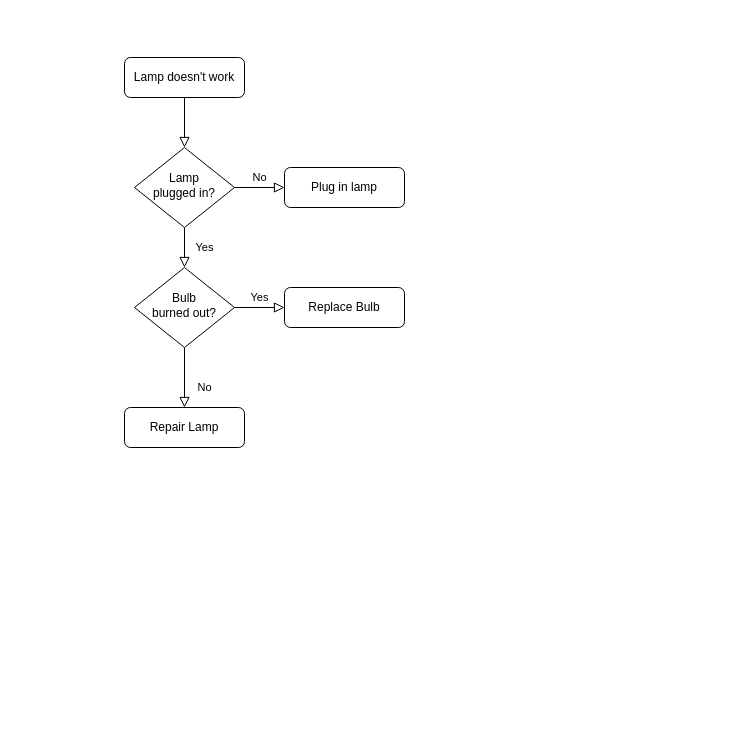
Earlier version of the draw.io diagram 上吊人.drawio (Silly449/Python_Learning). Source tidied: cells renumbered, new cells numbered last; positions are measured from the earlier drawing's top-left corner, leaving out a move shared by most shapes. Both pictures are drawn from the tidied source at 100%, with x=0, y=0 at pixel (124, 57).
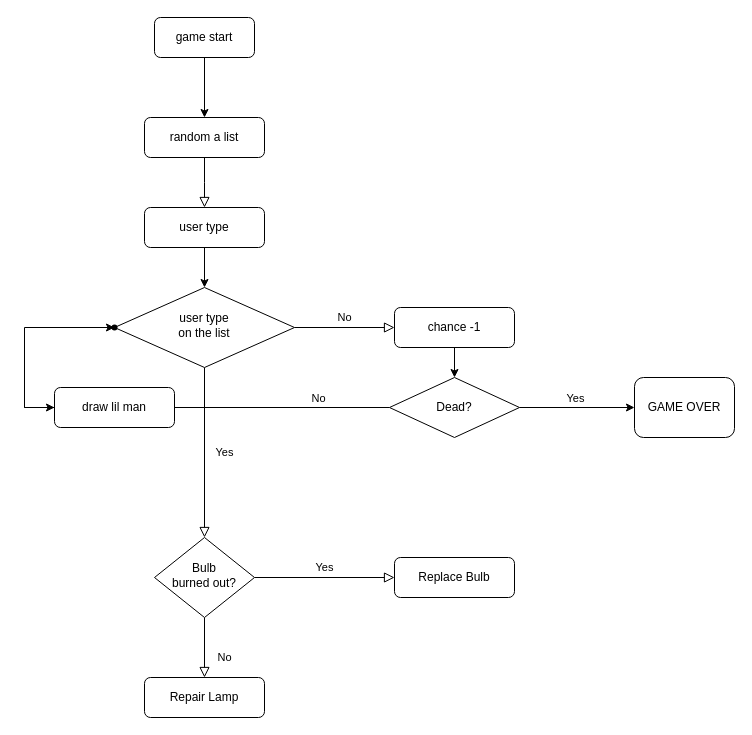
The same diagram, later.

Commit message (it also covers changes not shown here):
更新上吊人.drawio

The edit, as a diff of the source:
```diff
@@
-    <mxCell id="2" style="rounded=0;html=1;jettySize=auto;fontSize=11;endArrow=block;endFill=0;endSize=8;strokeWidth=1;shadow=0;labelBackgroundColor=none;edgeStyle=orthogonalEdgeStyle;" parent="1" edge="1" source="3" target="6">
-      <mxGeometry relative="1" as="geometry" />
+    <mxCell id="2" style="rounded=0;html=1;jettySize=auto;fontSize=11;endArrow=block;endFill=0;endSize=8;strokeWidth=1;shadow=0;labelBackgroundColor=none;edgeStyle=orthogonalEdgeStyle;" parent="1" edge="1" source="3">
+      <mxGeometry relative="1" as="geometry">
+        <mxPoint x="80" y="150" as="targetPoint" />
+      </mxGeometry>
     </mxCell>
-    <mxCell id="3" value="Lamp doesn't work" style="rounded=1;whiteSpace=wrap;html=1;fontSize=12;glass=0;strokeWidth=1;shadow=0;" parent="1" vertex="1">
-      <mxGeometry width="120" height="40" as="geometry" />
+    <mxCell id="3" value="random a list" style="rounded=1;whiteSpace=wrap;html=1;fontSize=12;glass=0;strokeWidth=1;shadow=0;" parent="1" vertex="1">
+      <mxGeometry x="20" y="60" width="120" height="40" as="geometry" />
     </mxCell>
@@
-    <mxCell id="6" value="Lamp&lt;br&gt;plugged in?" style="rhombus;whiteSpace=wrap;html=1;shadow=0;fontFamily=Helvetica;fontSize=12;align=center;strokeWidth=1;spacing=6;spacingTop=-4;" parent="1" vertex="1">
-      <mxGeometry x="10" y="90" width="100" height="80" as="geometry" />
+    <mxCell id="6" value="user type&lt;div&gt;on the list&lt;/div&gt;" style="rhombus;whiteSpace=wrap;html=1;shadow=0;fontFamily=Helvetica;fontSize=12;align=center;strokeWidth=1;spacing=6;spacingTop=-4;" parent="1" vertex="1">
+      <mxGeometry x="-10" y="230" width="180" height="80" as="geometry" />
     </mxCell>
+    <mxCell id="13" style="edgeStyle=orthogonalEdgeStyle;rounded=0;jettySize=auto;html=1;" parent="1" edge="1" source="7" target="21">
+      <mxGeometry relative="1" as="geometry" />
+    </mxCell>
-    <mxCell id="7" value="Plug in lamp" style="rounded=1;whiteSpace=wrap;html=1;fontSize=12;glass=0;strokeWidth=1;shadow=0;" parent="1" vertex="1">
-      <mxGeometry x="160" y="110" width="120" height="40" as="geometry" />
+    <mxCell id="7" value="chance -1" style="rounded=1;whiteSpace=wrap;html=1;fontSize=12;glass=0;strokeWidth=1;shadow=0;" parent="1" vertex="1">
+      <mxGeometry x="270" y="250" width="120" height="40" as="geometry" />
     </mxCell>
@@
     <mxCell id="10" value="Bulb&lt;br&gt;burned out?" style="rhombus;whiteSpace=wrap;html=1;shadow=0;fontFamily=Helvetica;fontSize=12;align=center;strokeWidth=1;spacing=6;spacingTop=-4;" parent="1" vertex="1">
-      <mxGeometry x="10" y="210" width="100" height="80" as="geometry" />
+      <mxGeometry x="30" y="480" width="100" height="80" as="geometry" />
     </mxCell>
     <mxCell id="11" value="Repair Lamp" style="rounded=1;whiteSpace=wrap;html=1;fontSize=12;glass=0;strokeWidth=1;shadow=0;" parent="1" vertex="1">
-      <mxGeometry y="350" width="120" height="40" as="geometry" />
+      <mxGeometry x="20" y="620" width="120" height="40" as="geometry" />
     </mxCell>
     <mxCell id="12" value="Replace Bulb" style="rounded=1;whiteSpace=wrap;html=1;fontSize=12;glass=0;strokeWidth=1;shadow=0;" parent="1" vertex="1">
-      <mxGeometry x="160" y="230" width="120" height="40" as="geometry" />
+      <mxGeometry x="270" y="500" width="120" height="40" as="geometry" />
     </mxCell>
+    <mxCell id="14" style="edgeStyle=orthogonalEdgeStyle;rounded=0;jettySize=auto;html=1;" parent="1" edge="1" source="15" target="3">
+      <mxGeometry relative="1" as="geometry" />
+    </mxCell>
+    <mxCell id="15" value="game start" style="rounded=1;whiteSpace=wrap;html=1;" parent="1" vertex="1">
+      <mxGeometry x="30" y="-40" width="100" height="40" as="geometry" />
+    </mxCell>
+    <mxCell id="16" style="edgeStyle=orthogonalEdgeStyle;rounded=0;jettySize=auto;html=1;" parent="1" edge="1" source="17" target="6">
+      <mxGeometry relative="1" as="geometry" />
+    </mxCell>
+    <mxCell id="17" value="user type" style="rounded=1;whiteSpace=wrap;html=1;" parent="1" vertex="1">
+      <mxGeometry x="20" y="150" width="120" height="40" as="geometry" />
+    </mxCell>
+    <mxCell id="18" style="edgeStyle=orthogonalEdgeStyle;rounded=0;jettySize=auto;html=1;" parent="1" edge="1" source="26" target="22">
+      <mxGeometry relative="1" as="geometry">
+        <Array as="points">
+          <mxPoint x="-100" y="270" />
+        </Array>
+      </mxGeometry>
+    </mxCell>
+    <mxCell id="19" style="edgeStyle=orthogonalEdgeStyle;rounded=0;jettySize=auto;html=1;" parent="1" edge="1" source="21" target="23">
+      <mxGeometry relative="1" as="geometry" />
+    </mxCell>
+    <mxCell id="20" value="Yes" style="edgeLabel;html=1;align=center;verticalAlign=middle;" parent="19" vertex="1">
+      <mxGeometry x="0.04" y="1" relative="1" as="geometry">
+        <mxPoint x="-5" y="-9" as="offset" />
+      </mxGeometry>
+    </mxCell>
+    <mxCell id="21" value="Dead?" style="rhombus;whiteSpace=wrap;html=1;" parent="1" vertex="1">
+      <mxGeometry x="265" y="320" width="130" height="60" as="geometry" />
+    </mxCell>
+    <mxCell id="22" style="shape=waypoint;sketch=0;size=6;points=[];fillColor=default;perimeter=centerPerimeter;snapToPoint=1;" parent="1" vertex="1">
+      <mxGeometry x="-20" y="260" width="20" height="20" as="geometry" />
+    </mxCell>
+    <mxCell id="23" value="GAME OVER" style="rounded=1;whiteSpace=wrap;html=1;" parent="1" vertex="1">
+      <mxGeometry x="510" y="320" width="100" height="60" as="geometry" />
+    </mxCell>
+    <mxCell id="24" style="edgeStyle=orthogonalEdgeStyle;rounded=0;jettySize=auto;html=1;" parent="1" edge="1" source="21" target="26">
+      <mxGeometry relative="1" as="geometry">
+        <Array as="points">
+          <mxPoint x="-100" y="350" />
+        </Array>
+      </mxGeometry>
+    </mxCell>
+    <mxCell id="25" value="No" style="edgeLabel;html=1;align=center;verticalAlign=middle;" parent="24" vertex="1">
+      <mxGeometry x="-0.57" y="3" relative="1" as="geometry">
+        <mxPoint x="13" y="-13" as="offset" />
+      </mxGeometry>
+    </mxCell>
+    <mxCell id="26" value="draw lil man" style="rounded=1;whiteSpace=wrap;html=1;" parent="1" vertex="1">
+      <mxGeometry x="-70" y="330" width="120" height="40" as="geometry" />
+    </mxCell>
```
